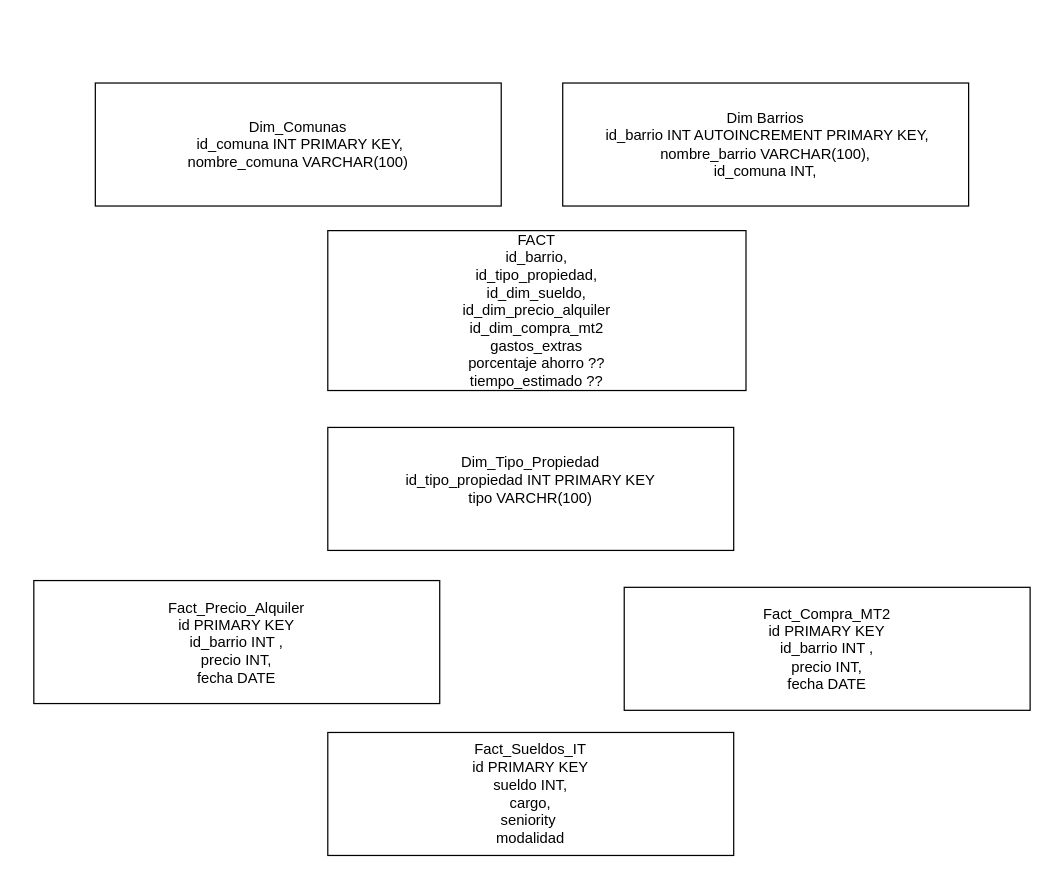
tiagocae32/Proyecto-Jupi keeps this draw.io diagram as Diagramas/Modelo de datos.drawio. Above is the earlier version. Source tidied: cells renumbered, new cells numbered last; positions are measured from the earlier drawing's top-left corner, leaving out a move shared by most shapes. Both pictures are drawn from the tidied source at 123%, with x=0, y=0 at pixel (33, 82).
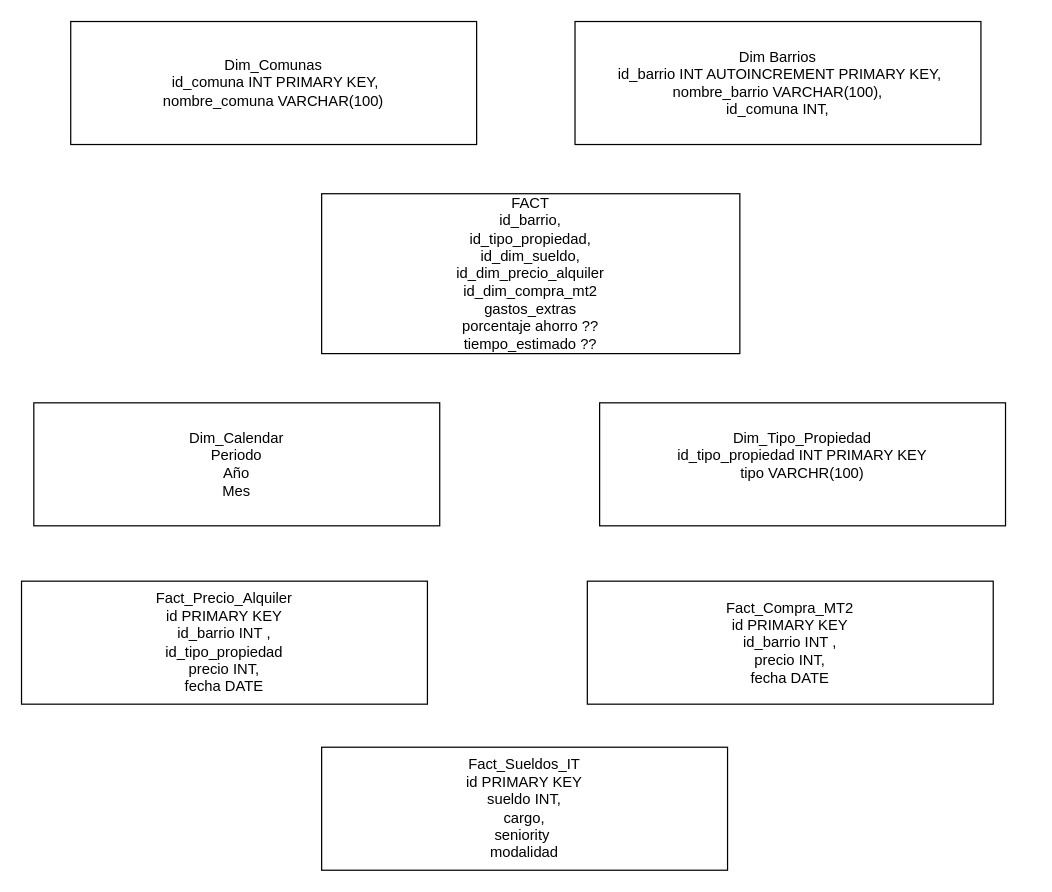
Above is the later version.

The edit, as a diff of the source:
```diff
@@
 <mxGraphModel>
   <root>
     <mxCell id="0" />
     <mxCell id="1" parent="0" />
     <mxCell id="2" value="Fact_Compra_MT2&lt;div&gt;id PRIMARY KEY&lt;/div&gt;&lt;div&gt;id_barrio INT ,&lt;/div&gt;&lt;div&gt;precio INT,&lt;/div&gt;&lt;div&gt;fecha DATE&lt;/div&gt;" style="rounded=0;whiteSpace=wrap;html=1;" parent="1" vertex="1">
-      <mxGeometry x="480" y="410" width="330" height="100" as="geometry" />
+      <mxGeometry x="450" y="405" width="330" height="100" as="geometry" />
     </mxCell>
     <mxCell id="3" value="Dim Barrios&lt;div&gt;&amp;nbsp;id_barrio &lt;span class=&quot;hljs-type&quot;&gt;INT&lt;/span&gt; AUTOINCREMENT &lt;span class=&quot;hljs-keyword&quot;&gt;PRIMARY&lt;/span&gt; KEY,&lt;br/&gt;    nombre_barrio &lt;span class=&quot;hljs-type&quot;&gt;VARCHAR&lt;/span&gt;(&lt;span class=&quot;hljs-number&quot;&gt;100&lt;/span&gt;),&lt;br/&gt;    id_comuna &lt;span class=&quot;hljs-type&quot;&gt;INT&lt;/span&gt;,&lt;/div&gt;" style="rounded=0;whiteSpace=wrap;html=1;" parent="1" vertex="1">
-      <mxGeometry x="430" width="330" height="100" as="geometry" />
+      <mxGeometry x="440" y="-50" width="330" height="100" as="geometry" />
     </mxCell>
     <mxCell id="4" value="Dim_Tipo_Propiedad&lt;div&gt;id_tipo_propiedad INT PRIMARY KEY&lt;/div&gt;&lt;div&gt;tipo VARCHR(100)&lt;/div&gt;&lt;div&gt;&lt;br&gt;&lt;/div&gt;" style="rounded=0;whiteSpace=wrap;html=1;" parent="1" vertex="1">
-      <mxGeometry x="239" y="280" width="330" height="100" as="geometry" />
+      <mxGeometry x="460" y="260" width="330" height="100" as="geometry" />
     </mxCell>
-    <mxCell id="5" value="Fact_Precio_Alquiler&lt;div&gt;id PRIMARY KEY&lt;/div&gt;&lt;div&gt;id_barrio INT ,&lt;/div&gt;&lt;div&gt;precio INT,&lt;/div&gt;&lt;div&gt;fecha DATE&lt;/div&gt;" style="rounded=0;whiteSpace=wrap;html=1;" parent="1" vertex="1">
-      <mxGeometry y="404.5" width="330" height="100" as="geometry" />
+    <mxCell id="5" value="Fact_Precio_Alquiler&lt;div&gt;id PRIMARY KEY&lt;/div&gt;&lt;div&gt;id_barrio INT ,&lt;/div&gt;&lt;div&gt;id_tipo_propiedad&lt;/div&gt;&lt;div&gt;precio INT,&lt;/div&gt;&lt;div&gt;fecha DATE&lt;/div&gt;" style="rounded=0;whiteSpace=wrap;html=1;" parent="1" vertex="1">
+      <mxGeometry x="-10" y="405" width="330" height="100" as="geometry" />
     </mxCell>
     <mxCell id="6" value="Dim_Comunas&lt;div&gt;&amp;nbsp;id_comuna &lt;span class=&quot;hljs-type&quot;&gt;INT&lt;/span&gt; &lt;span class=&quot;hljs-keyword&quot;&gt;PRIMARY&lt;/span&gt; KEY,&lt;br/&gt;    nombre_comuna &lt;span class=&quot;hljs-type&quot;&gt;VARCHAR&lt;/span&gt;(&lt;span class=&quot;hljs-number&quot;&gt;100&lt;/span&gt;)&lt;/div&gt;" style="rounded=0;whiteSpace=wrap;html=1;" parent="1" vertex="1">
-      <mxGeometry x="50" width="330" height="100" as="geometry" />
+      <mxGeometry x="30" y="-50" width="330" height="100" as="geometry" />
     </mxCell>
     <mxCell id="7" value="FACT&lt;div&gt;id_barrio,&lt;/div&gt;&lt;div&gt;id_tipo_propiedad,&lt;/div&gt;&lt;div&gt;id_dim_sueldo,&lt;/div&gt;&lt;div&gt;id_dim_precio_alquiler&lt;/div&gt;&lt;div&gt;id_dim_compra_mt2&lt;/div&gt;&lt;div&gt;gastos_extras&lt;/div&gt;&lt;div&gt;porcentaje ahorro ??&lt;/div&gt;&lt;div&gt;tiempo_estimado ??&lt;/div&gt;" style="rounded=0;whiteSpace=wrap;html=1;" parent="1" vertex="1">
-      <mxGeometry x="239" y="120" width="340" height="130" as="geometry" />
+      <mxGeometry x="234" y="90" width="340" height="130" as="geometry" />
     </mxCell>
     <mxCell id="8" value="Fact_Sueldos_IT&lt;div&gt;id PRIMARY KEY&lt;/div&gt;&lt;div&gt;sueldo INT,&lt;/div&gt;&lt;div&gt;cargo,&lt;/div&gt;&lt;div&gt;seniority&amp;nbsp;&lt;/div&gt;&lt;div&gt;modalidad&lt;/div&gt;" style="rounded=0;whiteSpace=wrap;html=1;" parent="1" vertex="1">
-      <mxGeometry x="239" y="528" width="330" height="100" as="geometry" />
+      <mxGeometry x="234" y="540" width="330" height="100" as="geometry" />
     </mxCell>
+    <mxCell id="9" value="Dim_Calendar&lt;div&gt;Periodo&lt;/div&gt;&lt;div&gt;Año&lt;/div&gt;&lt;div&gt;Mes&lt;/div&gt;" style="rounded=0;whiteSpace=wrap;html=1;" parent="1" vertex="1">
+      <mxGeometry y="260" width="330" height="100" as="geometry" />
+    </mxCell>
   </root>
 </mxGraphModel>
```
